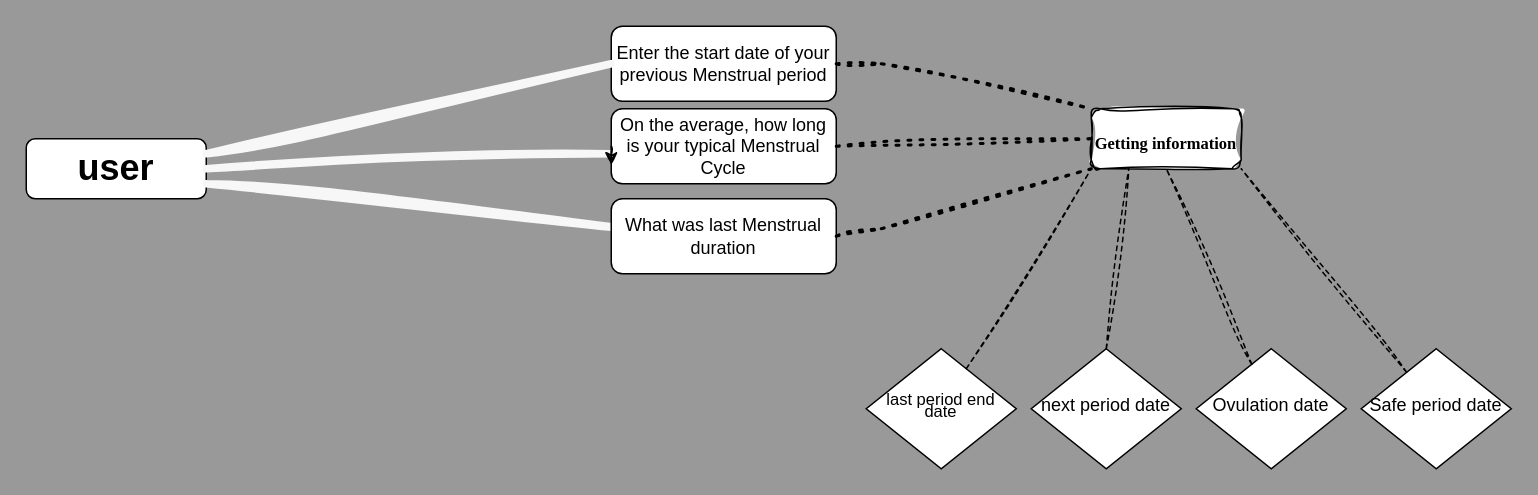
Before: gateOne/menstrualWahala/Menstruation.drawio in dev0xeb/Semicolon, a draw.io diagram. Source tidied: cells renumbered, new cells numbered last; positions are measured from the earlier drawing's top-left corner, leaving out a move shared by most shapes. Both pictures are drawn from the tidied source at 150%, with x=0, y=0 at pixel (26, 26).
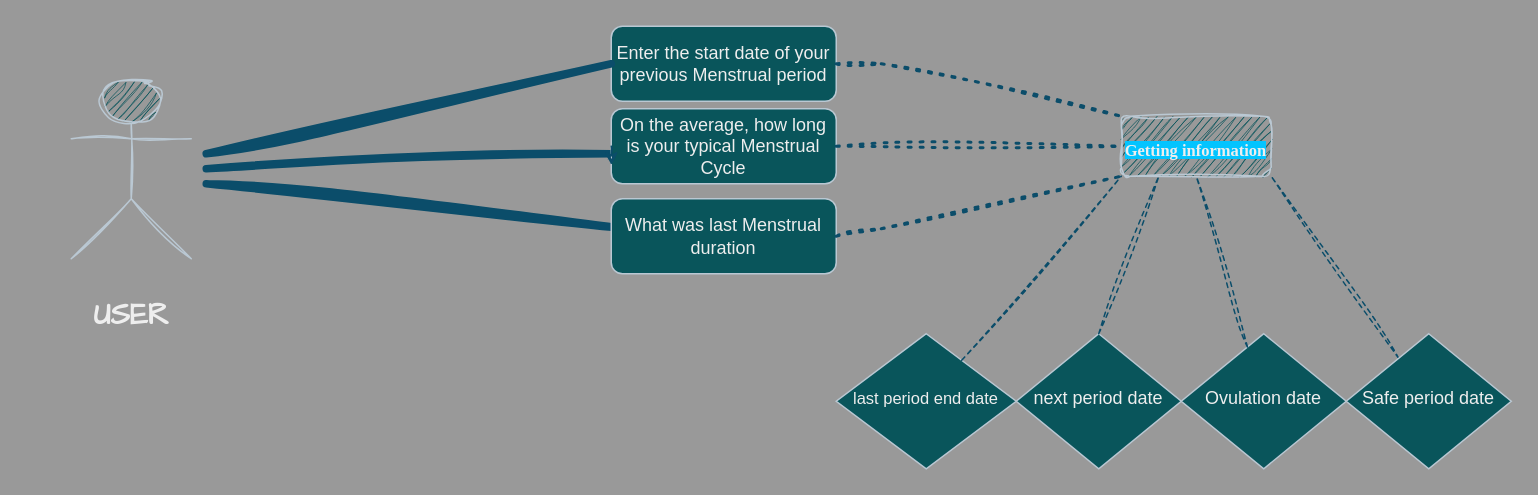
The same page after the edit.

Commit message (it also covers changes not shown here):
phase gate

Change to the diagram source:
```diff
@@
-    <mxCell id="2" value="Enter the start date of your previous Menstrual period" style="rounded=1;whiteSpace=wrap;html=1;fontSize=12;glass=0;strokeWidth=1;shadow=0;" parent="1" vertex="1">
+    <mxCell id="2" value="Enter the start date of your previous Menstrual period" style="rounded=1;whiteSpace=wrap;html=1;fontSize=12;glass=0;strokeWidth=1;shadow=0;labelBackgroundColor=none;fillColor=#09555B;strokeColor=#BAC8D3;fontColor=#EEEEEE;" parent="1" vertex="1">
       <mxGeometry x="390" width="150" height="50" as="geometry" />
     </mxCell>
-    <mxCell id="3" value="next period date" style="rhombus;whiteSpace=wrap;html=1;shadow=0;fontFamily=Helvetica;fontSize=12;align=center;strokeWidth=1;spacing=6;spacingTop=-4;" parent="1" vertex="1">
-      <mxGeometry x="670" y="215" width="100" height="80" as="geometry" />
+    <mxCell id="3" value="next period date" style="rhombus;whiteSpace=wrap;html=1;shadow=0;fontFamily=Helvetica;fontSize=12;align=center;strokeWidth=1;spacing=6;spacingTop=-4;labelBackgroundColor=none;fillColor=#09555B;strokeColor=#BAC8D3;fontColor=#EEEEEE;" parent="1" vertex="1">
+      <mxGeometry x="660" y="205" width="110" height="90" as="geometry" />
     </mxCell>
-    <mxCell id="4" value="&lt;h1&gt;&lt;b&gt;user&lt;/b&gt;&lt;/h1&gt;" style="rounded=1;whiteSpace=wrap;html=1;fontSize=12;glass=0;strokeWidth=1;shadow=0;" parent="1" vertex="1">
-      <mxGeometry y="75" width="120" height="40" as="geometry" />
-    </mxCell>
-    <mxCell id="5" value="&lt;p style=&quot;line-height: 70%; font-size: 11px;&quot;&gt;&lt;font style=&quot;font-size: 11px;&quot;&gt;last period end date&lt;/font&gt;&lt;/p&gt;" style="rhombus;whiteSpace=wrap;html=1;shadow=0;fontFamily=Helvetica;fontSize=12;align=center;strokeWidth=1;spacing=6;spacingTop=-4;" parent="1" vertex="1">
-      <mxGeometry x="560" y="215" width="100" height="80" as="geometry" />
+    <mxCell id="5" value="&lt;p style=&quot;line-height: 70%; font-size: 11px;&quot;&gt;&lt;font style=&quot;font-size: 11px;&quot;&gt;last period end date&lt;/font&gt;&lt;/p&gt;" style="rhombus;whiteSpace=wrap;html=1;shadow=0;fontFamily=Helvetica;fontSize=12;align=center;strokeWidth=1;spacing=6;spacingTop=-4;labelBackgroundColor=none;fillColor=#09555B;strokeColor=#BAC8D3;fontColor=#EEEEEE;" parent="1" vertex="1">
+      <mxGeometry x="540" y="205" width="120" height="90" as="geometry" />
     </mxCell>
-    <mxCell id="6" style="endArrow=none;html=1;rounded=0;sketch=1;hachureGap=4;jiggle=2;curveFitting=1;fontFamily=Architects Daughter;exitX=1;exitY=0.25;exitDx=0;exitDy=0;entryX=0;entryY=0.5;entryDx=0;entryDy=0;strokeWidth=5;strokeColor=#F7F7F7;" parent="1" edge="1" source="4" target="2">
-      <mxGeometry relative="1" as="geometry" />
+    <mxCell id="6" style="endArrow=none;html=1;rounded=0;sketch=1;hachureGap=4;jiggle=2;curveFitting=1;fontFamily=Architects Daughter;exitX=1;exitY=0.25;exitDx=0;exitDy=0;entryX=0;entryY=0.5;entryDx=0;entryDy=0;strokeWidth=5;strokeColor=#0B4D6A;labelBackgroundColor=none;fontColor=default;" parent="1" edge="1" target="2">
+      <mxGeometry relative="1" as="geometry">
+        <mxPoint x="120" y="85" as="sourcePoint" />
+      </mxGeometry>
     </mxCell>
-    <mxCell id="7" style="endArrow=none;html=1;rounded=0;sketch=1;hachureGap=4;jiggle=2;curveFitting=1;fontFamily=Architects Daughter;exitX=1;exitY=0.5;exitDx=0;exitDy=0;strokeWidth=5;strokeColor=#F7F7F7;" parent="1" edge="1" source="4">
+    <mxCell id="7" style="endArrow=none;html=1;rounded=0;sketch=1;hachureGap=4;jiggle=2;curveFitting=1;fontFamily=Architects Daughter;exitX=1;exitY=0.5;exitDx=0;exitDy=0;strokeWidth=5;strokeColor=#0B4D6A;labelBackgroundColor=none;fontColor=default;" parent="1" edge="1">
       <mxGeometry relative="1" as="geometry">
+        <mxPoint x="120" y="95" as="sourcePoint" />
         <mxPoint x="390" y="85" as="targetPoint" />
       </mxGeometry>
     </mxCell>
-    <mxCell id="8" value="On the average, how long is your typical Menstrual Cycle" style="rounded=1;whiteSpace=wrap;html=1;fontSize=12;glass=0;strokeWidth=1;shadow=0;" parent="1" vertex="1">
+    <mxCell id="8" value="On the average, how long is your typical Menstrual Cycle" style="rounded=1;whiteSpace=wrap;html=1;fontSize=12;glass=0;strokeWidth=1;shadow=0;labelBackgroundColor=none;fillColor=#09555B;strokeColor=#BAC8D3;fontColor=#EEEEEE;" parent="1" vertex="1">
       <mxGeometry x="390" y="55" width="150" height="50" as="geometry" />
     </mxCell>
-    <mxCell id="9" style="endArrow=none;html=1;rounded=0;sketch=1;hachureGap=4;jiggle=2;curveFitting=1;fontFamily=Architects Daughter;strokeWidth=5;strokeColor=#F7F7F7;exitX=1;exitY=0.75;exitDx=0;exitDy=0;" parent="1" edge="1" source="4">
+    <mxCell id="9" style="endArrow=none;html=1;rounded=0;sketch=1;hachureGap=4;jiggle=2;curveFitting=1;fontFamily=Architects Daughter;strokeWidth=5;strokeColor=#0B4D6A;exitX=1;exitY=0.75;exitDx=0;exitDy=0;labelBackgroundColor=none;fontColor=default;" parent="1" edge="1">
       <mxGeometry relative="1" as="geometry">
+        <mxPoint x="120" y="105" as="sourcePoint" />
         <mxPoint x="400" y="135" as="targetPoint" />
       </mxGeometry>
     </mxCell>
-    <mxCell id="10" style="edgeStyle=orthogonalEdgeStyle;rounded=0;sketch=1;hachureGap=4;jiggle=2;curveFitting=1;orthogonalLoop=1;jettySize=auto;html=1;exitX=0;exitY=0.5;exitDx=0;exitDy=0;entryX=0;entryY=0.75;entryDx=0;entryDy=0;fontFamily=Architects Daughter;" parent="1" edge="1" source="8" target="8">
+    <mxCell id="10" style="edgeStyle=orthogonalEdgeStyle;rounded=0;sketch=1;hachureGap=4;jiggle=2;curveFitting=1;orthogonalLoop=1;jettySize=auto;html=1;exitX=0;exitY=0.5;exitDx=0;exitDy=0;entryX=0;entryY=0.75;entryDx=0;entryDy=0;fontFamily=Architects Daughter;labelBackgroundColor=none;strokeColor=#0B4D6A;fontColor=default;" parent="1" edge="1" source="8" target="8">
       <mxGeometry relative="1" as="geometry" />
     </mxCell>
-    <mxCell id="11" value="What was last Menstrual duration" style="rounded=1;whiteSpace=wrap;html=1;fontSize=12;glass=0;strokeWidth=1;shadow=0;" parent="1" vertex="1">
+    <mxCell id="11" value="What was last Menstrual duration" style="rounded=1;whiteSpace=wrap;html=1;fontSize=12;glass=0;strokeWidth=1;shadow=0;labelBackgroundColor=none;fillColor=#09555B;strokeColor=#BAC8D3;fontColor=#EEEEEE;" parent="1" vertex="1">
       <mxGeometry x="390" y="115" width="150" height="50" as="geometry" />
     </mxCell>
-    <mxCell id="12" style="endArrow=none;dashed=1;html=1;dashPattern=1 3;strokeWidth=2;rounded=0;sketch=1;hachureGap=4;jiggle=2;curveFitting=1;fontFamily=Architects Daughter;exitX=1;exitY=0.5;exitDx=0;exitDy=0;fontColor=#FFFFFF;fontSize=12;entryX=0;entryY=0;entryDx=0;entryDy=0;" parent="1" edge="1" source="2" target="15">
+    <mxCell id="12" style="endArrow=none;dashed=1;html=1;dashPattern=1 3;strokeWidth=2;rounded=0;sketch=1;hachureGap=4;jiggle=2;curveFitting=1;fontFamily=Architects Daughter;exitX=1;exitY=0.5;exitDx=0;exitDy=0;fontColor=default;fontSize=12;entryX=0;entryY=0;entryDx=0;entryDy=0;labelBackgroundColor=none;strokeColor=#0B4D6A;" parent="1" edge="1" source="2" target="15">
       <mxGeometry relative="1" as="geometry">
         <Array as="points">
           <mxPoint x="570" y="25" />
         </Array>
       </mxGeometry>
     </mxCell>
-    <mxCell id="13" style="endArrow=none;dashed=1;html=1;dashPattern=1 3;strokeWidth=2;rounded=0;sketch=1;hachureGap=4;jiggle=2;curveFitting=1;fontFamily=Architects Daughter;exitX=1;exitY=0.5;exitDx=0;exitDy=0;fontColor=#FFFFFF;fontSize=12;entryX=0;entryY=0.5;entryDx=0;entryDy=0;" parent="1" edge="1" source="8" target="15">
+    <mxCell id="13" style="endArrow=none;dashed=1;html=1;dashPattern=1 3;strokeWidth=2;rounded=0;sketch=1;hachureGap=4;jiggle=2;curveFitting=1;fontFamily=Architects Daughter;exitX=1;exitY=0.5;exitDx=0;exitDy=0;fontColor=default;fontSize=12;entryX=0;entryY=0.5;entryDx=0;entryDy=0;labelBackgroundColor=none;strokeColor=#0B4D6A;" parent="1" edge="1" source="8" target="15">
       <mxGeometry relative="1" as="geometry" />
     </mxCell>
-    <mxCell id="14" style="endArrow=none;dashed=1;html=1;dashPattern=1 3;strokeWidth=2;rounded=0;sketch=1;hachureGap=4;jiggle=2;curveFitting=1;fontFamily=Architects Daughter;exitX=1;exitY=0.5;exitDx=0;exitDy=0;fontColor=#FFFFFF;fontSize=12;entryX=0;entryY=1;entryDx=0;entryDy=0;" parent="1" edge="1" source="11" target="15">
+    <mxCell id="14" style="endArrow=none;dashed=1;html=1;dashPattern=1 3;strokeWidth=2;rounded=0;sketch=1;hachureGap=4;jiggle=2;curveFitting=1;fontFamily=Architects Daughter;exitX=1;exitY=0.5;exitDx=0;exitDy=0;fontColor=default;fontSize=12;entryX=0;entryY=1;entryDx=0;entryDy=0;labelBackgroundColor=none;strokeColor=#0B4D6A;" parent="1" edge="1" source="11" target="15">
       <mxGeometry relative="1" as="geometry">
         <Array as="points">
           <mxPoint x="570" y="135" />
         </Array>
       </mxGeometry>
     </mxCell>
-    <mxCell id="15" value="&lt;h1&gt;&lt;font style=&quot;font-size: 11px;&quot; face=&quot;Times New Roman&quot;&gt;Getting information&lt;/font&gt;&lt;/h1&gt;" style="rounded=1;whiteSpace=wrap;html=1;sketch=1;hachureGap=4;jiggle=2;curveFitting=1;fontFamily=Architects Daughter;" parent="1" vertex="1">
-      <mxGeometry x="710" y="55" width="100" height="40" as="geometry" />
+    <mxCell id="15" value="&lt;h1&gt;&lt;font style=&quot;font-size: 11px; background-color: rgb(3, 196, 255);&quot; face=&quot;Times New Roman&quot;&gt;Getting information&lt;/font&gt;&lt;/h1&gt;" style="rounded=1;whiteSpace=wrap;html=1;sketch=1;hachureGap=4;jiggle=2;curveFitting=1;fontFamily=Architects Daughter;labelBackgroundColor=none;fillColor=#09555B;strokeColor=#BAC8D3;fontColor=#EEEEEE;" parent="1" vertex="1">
+      <mxGeometry x="730" y="60" width="100" height="40" as="geometry" />
     </mxCell>
-    <mxCell id="16" value="Ovulation date" style="rhombus;whiteSpace=wrap;html=1;shadow=0;fontFamily=Helvetica;fontSize=12;align=center;strokeWidth=1;spacing=6;spacingTop=-4;" parent="1" vertex="1">
-      <mxGeometry x="780" y="215" width="100" height="80" as="geometry" />
+    <mxCell id="16" value="Ovulation date" style="rhombus;whiteSpace=wrap;html=1;shadow=0;fontFamily=Helvetica;fontSize=12;align=center;strokeWidth=1;spacing=6;spacingTop=-4;labelBackgroundColor=none;fillColor=#09555B;strokeColor=#BAC8D3;fontColor=#EEEEEE;" parent="1" vertex="1">
+      <mxGeometry x="770" y="205" width="110" height="90" as="geometry" />
     </mxCell>
-    <mxCell id="17" style="endArrow=none;dashed=1;html=1;rounded=0;sketch=1;hachureGap=4;jiggle=2;curveFitting=1;fontFamily=Architects Daughter;entryX=0;entryY=1;entryDx=0;entryDy=0;" parent="1" edge="1" source="5" target="15">
+    <mxCell id="17" style="endArrow=none;dashed=1;html=1;rounded=0;sketch=1;hachureGap=4;jiggle=2;curveFitting=1;fontFamily=Architects Daughter;entryX=0;entryY=1;entryDx=0;entryDy=0;labelBackgroundColor=none;strokeColor=#0B4D6A;fontColor=default;" parent="1" edge="1" source="5" target="15">
       <mxGeometry relative="1" as="geometry" />
     </mxCell>
-    <mxCell id="18" style="endArrow=none;dashed=1;html=1;rounded=0;sketch=1;hachureGap=4;jiggle=2;curveFitting=1;fontFamily=Architects Daughter;entryX=0.25;entryY=1;entryDx=0;entryDy=0;exitX=0.5;exitY=0;exitDx=0;exitDy=0;" parent="1" edge="1" source="3" target="15">
+    <mxCell id="18" style="endArrow=none;dashed=1;html=1;rounded=0;sketch=1;hachureGap=4;jiggle=2;curveFitting=1;fontFamily=Architects Daughter;entryX=0.25;entryY=1;entryDx=0;entryDy=0;exitX=0.5;exitY=0;exitDx=0;exitDy=0;labelBackgroundColor=none;strokeColor=#0B4D6A;fontColor=default;" parent="1" edge="1" source="3" target="15">
       <mxGeometry relative="1" as="geometry" />
     </mxCell>
-    <mxCell id="19" style="endArrow=none;dashed=1;html=1;rounded=0;sketch=1;hachureGap=4;jiggle=2;curveFitting=1;fontFamily=Architects Daughter;entryX=0.5;entryY=1;entryDx=0;entryDy=0;" parent="1" edge="1" source="16" target="15">
+    <mxCell id="19" style="endArrow=none;dashed=1;html=1;rounded=0;sketch=1;hachureGap=4;jiggle=2;curveFitting=1;fontFamily=Architects Daughter;entryX=0.5;entryY=1;entryDx=0;entryDy=0;labelBackgroundColor=none;strokeColor=#0B4D6A;fontColor=default;" parent="1" edge="1" source="16" target="15">
       <mxGeometry relative="1" as="geometry" />
     </mxCell>
-    <mxCell id="20" style="endArrow=none;dashed=1;html=1;rounded=0;sketch=1;hachureGap=4;jiggle=2;curveFitting=1;fontFamily=Architects Daughter;entryX=1;entryY=1;entryDx=0;entryDy=0;" parent="1" edge="1" source="21" target="15">
+    <mxCell id="20" style="endArrow=none;dashed=1;html=1;rounded=0;sketch=1;hachureGap=4;jiggle=2;curveFitting=1;fontFamily=Architects Daughter;entryX=1;entryY=1;entryDx=0;entryDy=0;labelBackgroundColor=none;strokeColor=#0B4D6A;fontColor=default;" parent="1" edge="1" source="21" target="15">
       <mxGeometry relative="1" as="geometry" />
     </mxCell>
-    <mxCell id="21" value="Safe period date" style="rhombus;whiteSpace=wrap;html=1;shadow=0;fontFamily=Helvetica;fontSize=12;align=center;strokeWidth=1;spacing=6;spacingTop=-4;" parent="1" vertex="1">
-      <mxGeometry x="890" y="215" width="100" height="80" as="geometry" />
+    <mxCell id="21" value="Safe period date" style="rhombus;whiteSpace=wrap;html=1;shadow=0;fontFamily=Helvetica;fontSize=12;align=center;strokeWidth=1;spacing=6;spacingTop=-4;labelBackgroundColor=none;fillColor=#09555B;strokeColor=#BAC8D3;fontColor=#EEEEEE;" parent="1" vertex="1">
+      <mxGeometry x="880" y="205" width="110" height="90" as="geometry" />
     </mxCell>
+    <mxCell id="22" value="&lt;h1&gt;&lt;b&gt;&lt;font style=&quot;font-size: 20px;&quot;&gt;USER&lt;/font&gt;&lt;/b&gt;&lt;/h1&gt;" style="shape=umlActor;verticalLabelPosition=bottom;verticalAlign=top;html=1;sketch=1;hachureGap=4;jiggle=2;curveFitting=1;fontFamily=Architects Daughter;labelBackgroundColor=none;fillColor=#09555B;strokeColor=#BAC8D3;fontColor=#EEEEEE;" parent="1" vertex="1">
+      <mxGeometry x="30" y="35" width="80" height="120" as="geometry" />
+    </mxCell>
```
